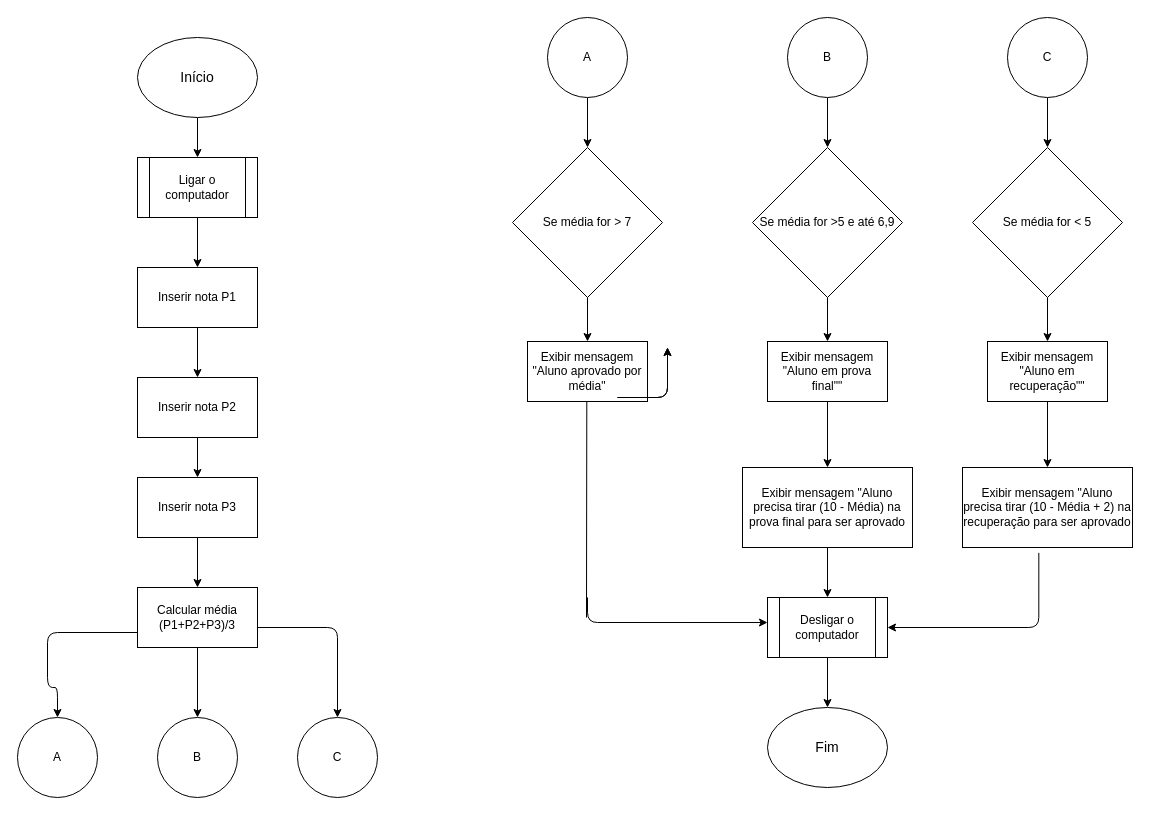
Above: Untitled Diagram.drawio in Bragoni/Fluxogramas-Anhanguera (draw.io), before the change. Source tidied: cells renumbered, new cells numbered last; positions are measured from the earlier drawing's top-left corner, leaving out a move shared by most shapes. Both pictures are drawn from the tidied source at 100%, with x=0, y=0 at pixel (17, 17).
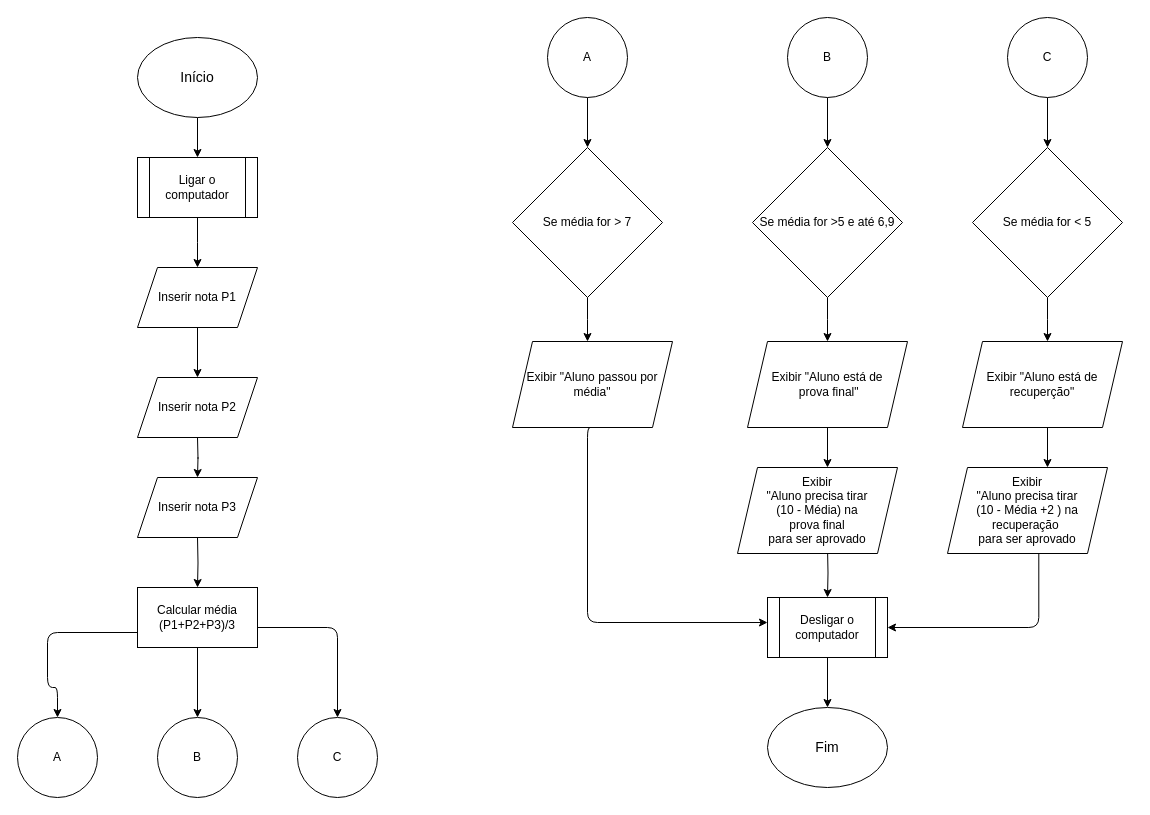
Above is the later version.

Unchanged cells that the change refers to:
```xml
<mxCell id="5" value="Ligar o computador" style="shape=process;whiteSpace=wrap;html=1;backgroundOutline=1;" parent="1" vertex="1">
  <mxGeometry x="120" y="140" width="120" height="60" as="geometry" />
</mxCell>
<mxCell id="16" value="Calcular média (P1+P2+P3)/3" style="rounded=0;whiteSpace=wrap;html=1;" parent="1" vertex="1">
  <mxGeometry x="120" y="570" width="120" height="60" as="geometry" />
</mxCell>
<mxCell id="24" value="Se média for &amp;gt; 7" style="rhombus;whiteSpace=wrap;html=1;" parent="1" vertex="1">
  <mxGeometry x="495" y="130" width="150" height="150" as="geometry" />
</mxCell>
<mxCell id="27" value="Se média for &amp;gt;5 e até 6,9" style="rhombus;whiteSpace=wrap;html=1;" parent="1" vertex="1">
  <mxGeometry x="735" y="130" width="150" height="150" as="geometry" />
</mxCell>
<mxCell id="31" value="Se média for &amp;lt; 5" style="rhombus;whiteSpace=wrap;html=1;" parent="1" vertex="1">
  <mxGeometry x="955" y="130" width="150" height="150" as="geometry" />
</mxCell>
<mxCell id="38" value="Desligar o computador" style="shape=process;whiteSpace=wrap;html=1;backgroundOutline=1;" parent="1" vertex="1">
  <mxGeometry x="750" y="580" width="120" height="60" as="geometry" />
</mxCell>
```

Change to the diagram source:
```diff
@@
-    <mxCell id="4" style="edgeStyle=orthogonalEdgeStyle;rounded=0;jettySize=auto;html=1;" parent="1" edge="1" source="5" target="7">
-      <mxGeometry relative="1" as="geometry" />
+    <mxCell id="4" style="edgeStyle=orthogonalEdgeStyle;rounded=0;jettySize=auto;html=1;" parent="1" edge="1" source="5">
+      <mxGeometry relative="1" as="geometry">
+        <mxPoint x="180" y="250" as="targetPoint" />
+      </mxGeometry>
     </mxCell>
@@
-    <mxCell id="6" style="edgeStyle=orthogonalEdgeStyle;rounded=0;jettySize=auto;html=1;" parent="1" edge="1" source="7" target="9">
-      <mxGeometry relative="1" as="geometry" />
+    <mxCell id="6" style="edgeStyle=orthogonalEdgeStyle;rounded=0;orthogonalLoop=1;jettySize=auto;html=1;" parent="1" edge="1">
+      <mxGeometry relative="1" as="geometry">
+        <mxPoint x="180" y="310" as="sourcePoint" />
+        <mxPoint x="180" y="360" as="targetPoint" />
+      </mxGeometry>
     </mxCell>
-    <mxCell id="7" value="Inserir nota P1" style="rounded=0;whiteSpace=wrap;html=1;" parent="1" vertex="1">
-      <mxGeometry x="120" y="250" width="120" height="60" as="geometry" />
-    </mxCell>
-    <mxCell id="8" style="edgeStyle=orthogonalEdgeStyle;rounded=0;jettySize=auto;html=1;" parent="1" edge="1" source="9" target="11">
-      <mxGeometry relative="1" as="geometry" />
+    <mxCell id="8" style="edgeStyle=orthogonalEdgeStyle;rounded=0;orthogonalLoop=1;jettySize=auto;html=1;" parent="1" edge="1">
+      <mxGeometry relative="1" as="geometry">
+        <mxPoint x="180" y="420" as="sourcePoint" />
+        <mxPoint x="180" y="460" as="targetPoint" />
+      </mxGeometry>
     </mxCell>
-    <mxCell id="9" value="Inserir nota P2" style="rounded=0;whiteSpace=wrap;html=1;" parent="1" vertex="1">
-      <mxGeometry x="120" y="360" width="120" height="60" as="geometry" />
-    </mxCell>
-    <mxCell id="10" style="edgeStyle=orthogonalEdgeStyle;rounded=0;jettySize=auto;html=1;" parent="1" edge="1" source="11" target="16">
-      <mxGeometry relative="1" as="geometry" />
+    <mxCell id="10" style="edgeStyle=orthogonalEdgeStyle;rounded=0;jettySize=auto;html=1;" parent="1" edge="1" target="16">
+      <mxGeometry relative="1" as="geometry">
+        <mxPoint x="180" y="520" as="sourcePoint" />
+      </mxGeometry>
     </mxCell>
-    <mxCell id="11" value="Inserir nota P3" style="rounded=0;whiteSpace=wrap;html=1;" parent="1" vertex="1">
-      <mxGeometry x="120" y="460" width="120" height="60" as="geometry" />
-    </mxCell>
@@
-    <mxCell id="23" style="edgeStyle=orthogonalEdgeStyle;rounded=0;jettySize=auto;html=1;" parent="1" edge="1" source="24" target="25">
-      <mxGeometry relative="1" as="geometry" />
+    <mxCell id="23" style="edgeStyle=orthogonalEdgeStyle;rounded=0;jettySize=auto;html=1;" parent="1" edge="1" source="24">
+      <mxGeometry relative="1" as="geometry">
+        <mxPoint x="570" y="324" as="targetPoint" />
+      </mxGeometry>
     </mxCell>
@@
-    <mxCell id="25" value="Exibir mensagem &quot;Aluno aprovado por média&quot;" style="rounded=0;whiteSpace=wrap;html=1;" parent="1" vertex="1">
-      <mxGeometry x="510" y="324" width="120" height="60" as="geometry" />
-    </mxCell>
-    <mxCell id="26" style="edgeStyle=orthogonalEdgeStyle;rounded=0;jettySize=auto;html=1;" parent="1" edge="1" source="27" target="29">
-      <mxGeometry relative="1" as="geometry" />
+    <mxCell id="26" style="edgeStyle=orthogonalEdgeStyle;rounded=0;jettySize=auto;html=1;" parent="1" edge="1" source="27">
+      <mxGeometry relative="1" as="geometry">
+        <mxPoint x="810" y="324" as="targetPoint" />
+      </mxGeometry>
     </mxCell>
@@
-    <mxCell id="28" style="edgeStyle=orthogonalEdgeStyle;rounded=0;jettySize=auto;html=1;" parent="1" edge="1" source="29" target="35">
-      <mxGeometry relative="1" as="geometry" />
+    <mxCell id="28" style="edgeStyle=orthogonalEdgeStyle;rounded=0;orthogonalLoop=1;jettySize=auto;html=1;" parent="1" edge="1">
+      <mxGeometry relative="1" as="geometry">
+        <mxPoint x="810" y="384" as="sourcePoint" />
+        <mxPoint x="810" y="450" as="targetPoint" />
+      </mxGeometry>
     </mxCell>
-    <mxCell id="29" value="Exibir mensagem &quot;Aluno em prova final&quot;&quot;" style="rounded=0;whiteSpace=wrap;html=1;" parent="1" vertex="1">
-      <mxGeometry x="750" y="324" width="120" height="60" as="geometry" />
-    </mxCell>
-    <mxCell id="30" style="edgeStyle=orthogonalEdgeStyle;rounded=0;jettySize=auto;html=1;" parent="1" edge="1" source="31" target="33">
-      <mxGeometry relative="1" as="geometry" />
+    <mxCell id="30" style="edgeStyle=orthogonalEdgeStyle;rounded=0;jettySize=auto;html=1;" parent="1" edge="1" source="31">
+      <mxGeometry relative="1" as="geometry">
+        <mxPoint x="1030" y="324" as="targetPoint" />
+      </mxGeometry>
     </mxCell>
@@
-    <mxCell id="32" style="edgeStyle=orthogonalEdgeStyle;rounded=0;jettySize=auto;html=1;" parent="1" edge="1" source="33" target="36">
-      <mxGeometry relative="1" as="geometry" />
+    <mxCell id="32" style="edgeStyle=orthogonalEdgeStyle;rounded=0;orthogonalLoop=1;jettySize=auto;html=1;" parent="1" edge="1">
+      <mxGeometry relative="1" as="geometry">
+        <mxPoint x="1030" y="384" as="sourcePoint" />
+        <mxPoint x="1030" y="450" as="targetPoint" />
+      </mxGeometry>
     </mxCell>
-    <mxCell id="33" value="Exibir mensagem &quot;Aluno em recuperação&quot;&quot;" style="rounded=0;whiteSpace=wrap;html=1;" parent="1" vertex="1">
-      <mxGeometry x="970" y="324" width="120" height="60" as="geometry" />
-    </mxCell>
-    <mxCell id="34" style="edgeStyle=orthogonalEdgeStyle;rounded=0;jettySize=auto;html=1;" parent="1" edge="1" source="35" target="38">
-      <mxGeometry relative="1" as="geometry" />
+    <mxCell id="34" style="edgeStyle=orthogonalEdgeStyle;rounded=0;jettySize=auto;html=1;" parent="1" edge="1" target="38">
+      <mxGeometry relative="1" as="geometry">
+        <mxPoint x="810" y="530" as="sourcePoint" />
+      </mxGeometry>
     </mxCell>
-    <mxCell id="35" value="Exibir mensagem &quot;Aluno precisa tirar (10 - Média) na prova final para ser aprovado" style="rounded=0;whiteSpace=wrap;html=1;" parent="1" vertex="1">
-      <mxGeometry x="725" y="450" width="170" height="80" as="geometry" />
-    </mxCell>
-    <mxCell id="36" value="Exibir mensagem &quot;Aluno precisa tirar (10 - Média + 2) na recuperação para ser aprovado" style="rounded=0;whiteSpace=wrap;html=1;" parent="1" vertex="1">
-      <mxGeometry x="945" y="450" width="170" height="80" as="geometry" />
-    </mxCell>
@@
-    <mxCell id="40" style="endArrow=none;html=1;" parent="1" edge="1">
-      <mxGeometry relative="1" as="geometry">
-        <mxPoint x="569.3" y="384" as="sourcePoint" />
-        <mxPoint x="569" y="600" as="targetPoint" />
-      </mxGeometry>
-    </mxCell>
-    <mxCell id="41" style="edgeStyle=segmentEdgeStyle;endArrow=classic;html=1;entryX=0;entryY=0.417;entryDx=0;entryDy=0;entryPerimeter=0;" parent="1" edge="1" target="38">
+    <mxCell id="41" style="edgeStyle=segmentEdgeStyle;endArrow=classic;html=1;entryX=0;entryY=0.417;entryDx=0;entryDy=0;entryPerimeter=0;exitX=0.5;exitY=1;exitDx=0;exitDy=0;" parent="1" edge="1" source="47" target="38">
       <mxGeometry relative="1" as="geometry">
-        <mxPoint x="570" y="580" as="sourcePoint" />
         <Array as="points">
+          <mxPoint x="570" y="410" />
           <mxPoint x="570" y="605" />
         </Array>
       </mxGeometry>
     </mxCell>
@@
-    <mxCell id="43" style="edgeStyle=segmentEdgeStyle;endArrow=classic;html=1;" parent="1" edge="1">
-      <mxGeometry relative="1" as="geometry">
-        <mxPoint x="600" y="380" as="sourcePoint" />
-        <mxPoint x="650" y="330" as="targetPoint" />
-      </mxGeometry>
-    </mxCell>
-    <mxCell id="44" style="edgeStyle=segmentEdgeStyle;endArrow=classic;html=1;" parent="1" edge="1">
-      <mxGeometry relative="1" as="geometry">
-        <mxPoint x="600" y="380" as="sourcePoint" />
-        <mxPoint x="650" y="330" as="targetPoint" />
-      </mxGeometry>
-    </mxCell>
@@
-    <mxCell id="46" style="edgeStyle=segmentEdgeStyle;endArrow=classic;html=1;entryX=1;entryY=0.5;entryDx=0;entryDy=0;exitX=0.449;exitY=1.067;exitDx=0;exitDy=0;exitPerimeter=0;" parent="1" edge="1" source="36" target="38">
+    <mxCell id="46" style="edgeStyle=segmentEdgeStyle;endArrow=classic;html=1;entryX=1;entryY=0.5;entryDx=0;entryDy=0;exitX=0.449;exitY=1.067;exitDx=0;exitDy=0;exitPerimeter=0;" parent="1" edge="1" target="38">
       <mxGeometry relative="1" as="geometry">
+        <mxPoint x="1021.3" y="535.4" as="sourcePoint" />
         <Array as="points">
           <mxPoint x="1021" y="610" />
         </Array>
       </mxGeometry>
     </mxCell>
+    <mxCell id="7" value="Inserir nota P1" style="shape=parallelogram;perimeter=parallelogramPerimeter;whiteSpace=wrap;html=1;fixedSize=1;" parent="1" vertex="1">
+      <mxGeometry x="120" y="250" width="120" height="60" as="geometry" />
+    </mxCell>
+    <mxCell id="11" value="Inserir nota P3" style="shape=parallelogram;perimeter=parallelogramPerimeter;whiteSpace=wrap;html=1;fixedSize=1;" parent="1" vertex="1">
+      <mxGeometry x="120" y="460" width="120" height="60" as="geometry" />
+    </mxCell>
+    <mxCell id="9" value="Inserir nota P2" style="shape=parallelogram;perimeter=parallelogramPerimeter;whiteSpace=wrap;html=1;fixedSize=1;" parent="1" vertex="1">
+      <mxGeometry x="120" y="360" width="120" height="60" as="geometry" />
+    </mxCell>
+    <mxCell id="47" value="&lt;font style=&quot;font-size: 12px&quot;&gt;Exibir &quot;Aluno passou por média&quot;&lt;/font&gt;" style="shape=parallelogram;perimeter=parallelogramPerimeter;whiteSpace=wrap;html=1;fixedSize=1;" parent="1" vertex="1">
+      <mxGeometry x="495" y="324" width="160" height="86" as="geometry" />
+    </mxCell>
+    <mxCell id="48" value="&lt;font style=&quot;font-size: 12px&quot;&gt;Exibir &quot;Aluno está de&lt;br&gt;recuperção&quot;&lt;/font&gt;" style="shape=parallelogram;perimeter=parallelogramPerimeter;whiteSpace=wrap;html=1;fixedSize=1;" parent="1" vertex="1">
+      <mxGeometry x="945" y="324" width="160" height="86" as="geometry" />
+    </mxCell>
+    <mxCell id="49" value="&lt;font style=&quot;font-size: 12px&quot;&gt;Exibir &quot;Aluno está de&lt;br&gt;&amp;nbsp;prova final&quot;&lt;/font&gt;" style="shape=parallelogram;perimeter=parallelogramPerimeter;whiteSpace=wrap;html=1;fixedSize=1;" parent="1" vertex="1">
+      <mxGeometry x="730" y="324" width="160" height="86" as="geometry" />
+    </mxCell>
+    <mxCell id="50" value="Exibir &lt;br&gt;&quot;Aluno precisa tirar &lt;br&gt;(10 - Média) na &lt;br&gt;prova final &lt;br&gt;para ser aprovado" style="shape=parallelogram;perimeter=parallelogramPerimeter;whiteSpace=wrap;html=1;fixedSize=1;" parent="1" vertex="1">
+      <mxGeometry x="720" y="450" width="160" height="86" as="geometry" />
+    </mxCell>
+    <mxCell id="51" value="Exibir &lt;br&gt;&quot;Aluno precisa tirar &lt;br&gt;(10 - Média +2 ) na &lt;br&gt;recuperação&amp;nbsp;&lt;br&gt;para ser aprovado" style="shape=parallelogram;perimeter=parallelogramPerimeter;whiteSpace=wrap;html=1;fixedSize=1;" parent="1" vertex="1">
+      <mxGeometry x="930" y="450" width="160" height="86" as="geometry" />
+    </mxCell>
```
